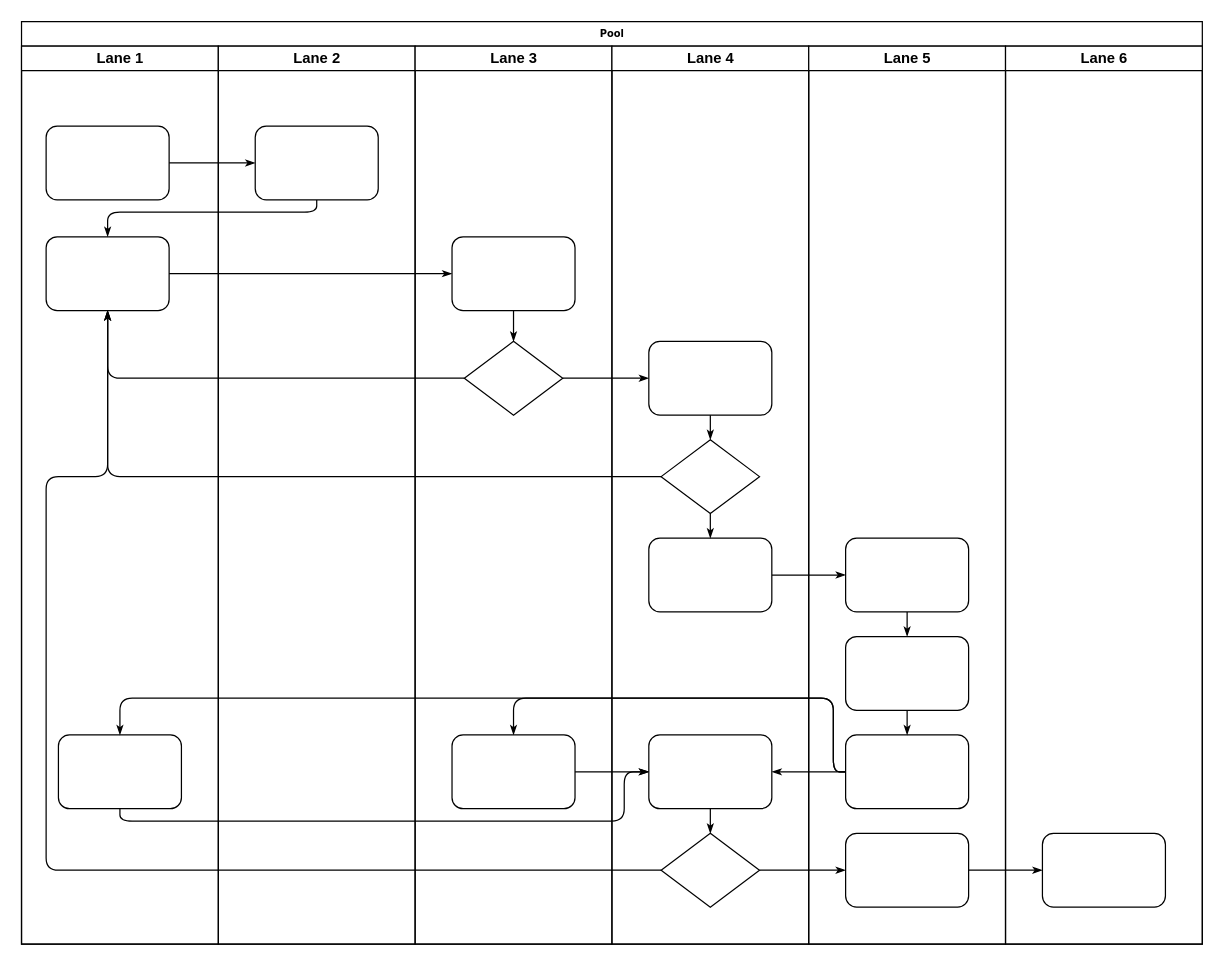
Earlier version of the draw.io diagram linux/未命名绘图.drawio (zhimy/java). Source tidied: cells renumbered, new cells numbered last; positions are measured from the earlier drawing's top-left corner, leaving out a move shared by most shapes. Both pictures are drawn from the tidied source at 123%, with x=0, y=0 at pixel (21, 21).
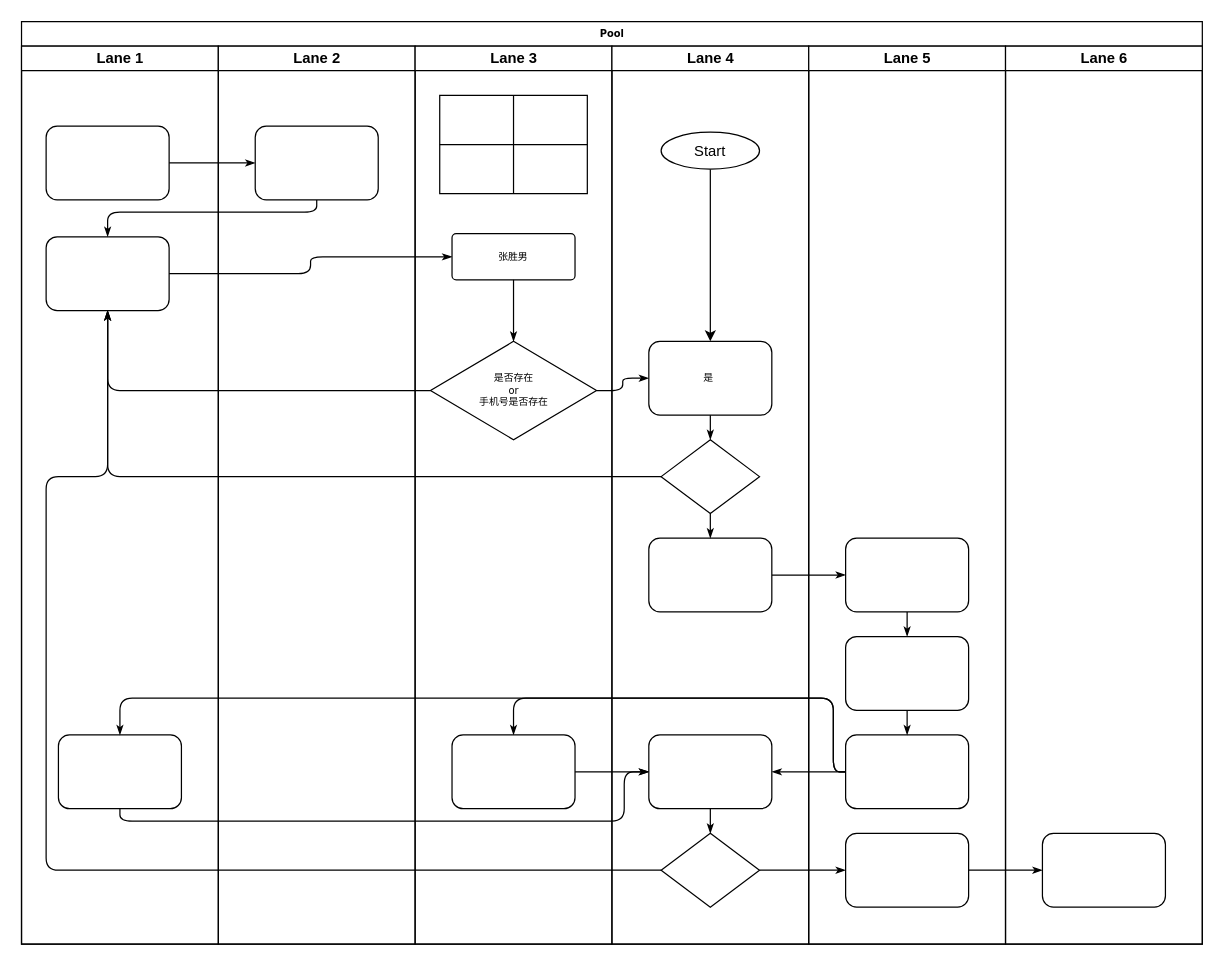
The same page after the edit.

Unchanged cells that the change refers to:
```xml
<mxCell id="24" value="Lane 3" style="swimlane;html=1;startSize=20;" parent="2" vertex="1">
  <mxGeometry x="320" y="20" width="160" height="730" as="geometry" />
</mxCell>
<mxCell id="29" value="Lane 4" style="swimlane;html=1;startSize=20;" parent="2" vertex="1">
  <mxGeometry x="480" y="20" width="160" height="730" as="geometry" />
</mxCell>
```

The edit, as a diff of the source:
```diff
@@
-    <mxCell id="25" style="rounded=1;whiteSpace=wrap;html=1;shadow=0;labelBackgroundColor=none;strokeWidth=1;fontFamily=Verdana;fontSize=8;align=center;" parent="24" vertex="1">
-      <mxGeometry x="30" y="155" width="100" height="60" as="geometry" />
+    <mxCell id="25" value="张胜男" style="rounded=1;whiteSpace=wrap;html=1;shadow=0;labelBackgroundColor=none;strokeWidth=1;fontFamily=Verdana;fontSize=8;align=center;arcSize=9;" parent="24" vertex="1">
+      <mxGeometry x="30" y="152.5" width="100" height="37.5" as="geometry" />
     </mxCell>
-    <mxCell id="26" style="rhombus;whiteSpace=wrap;html=1;rounded=0;shadow=0;labelBackgroundColor=none;strokeWidth=1;fontFamily=Verdana;fontSize=8;align=center;" parent="24" vertex="1">
-      <mxGeometry x="40" y="240" width="80" height="60" as="geometry" />
+    <mxCell id="26" value="是否存在&lt;br&gt;or&lt;br&gt;手机号是否存在" style="rhombus;whiteSpace=wrap;html=1;rounded=0;shadow=0;labelBackgroundColor=none;strokeWidth=1;fontFamily=Verdana;fontSize=8;align=center;" parent="24" vertex="1">
+      <mxGeometry x="12.5" y="240" width="135" height="80" as="geometry" />
     </mxCell>
@@
+    <mxCell id="47" style="shape=table;html=1;whiteSpace=wrap;startSize=0;childLayout=tableLayout;" parent="24" vertex="1">
+      <mxGeometry x="20" y="40" width="120" height="80" as="geometry" />
+    </mxCell>
+    <mxCell id="48" style="shape=partialRectangle;html=1;whiteSpace=wrap;fillColor=none;top=0;left=0;bottom=0;right=0;" parent="47" vertex="1">
+      <mxGeometry width="120" height="40" as="geometry" />
+    </mxCell>
+    <mxCell id="49" style="shape=partialRectangle;html=1;whiteSpace=wrap;overflow=hidden;fillColor=none;top=0;left=0;bottom=0;right=0;" parent="48" vertex="1">
+      <mxGeometry width="60" height="40" as="geometry" />
+    </mxCell>
+    <mxCell id="50" style="shape=partialRectangle;html=1;whiteSpace=wrap;overflow=hidden;fillColor=none;top=0;left=0;bottom=0;right=0;" parent="48" vertex="1">
+      <mxGeometry x="60" width="60" height="40" as="geometry" />
+    </mxCell>
+    <mxCell id="51" style="shape=partialRectangle;html=1;whiteSpace=wrap;fillColor=none;top=0;left=0;bottom=0;right=0;" parent="47" vertex="1">
+      <mxGeometry y="40" width="120" height="40" as="geometry" />
+    </mxCell>
+    <mxCell id="52" style="shape=partialRectangle;html=1;whiteSpace=wrap;overflow=hidden;fillColor=none;top=0;left=0;bottom=0;right=0;" parent="51" vertex="1">
+      <mxGeometry width="60" height="40" as="geometry" />
+    </mxCell>
+    <mxCell id="53" style="shape=partialRectangle;html=1;whiteSpace=wrap;overflow=hidden;fillColor=none;top=0;left=0;bottom=0;right=0;" parent="51" vertex="1">
+      <mxGeometry x="60" width="60" height="40" as="geometry" />
+    </mxCell>
@@
-    <mxCell id="30" style="rounded=1;whiteSpace=wrap;html=1;shadow=0;labelBackgroundColor=none;strokeWidth=1;fontFamily=Verdana;fontSize=8;align=center;" parent="29" vertex="1">
+    <mxCell id="30" value="是&amp;nbsp;" style="rounded=1;whiteSpace=wrap;html=1;shadow=0;labelBackgroundColor=none;strokeWidth=1;fontFamily=Verdana;fontSize=8;align=center;" parent="29" vertex="1">
       <mxGeometry x="30" y="240" width="100" height="60" as="geometry" />
     </mxCell>
@@
+    <mxCell id="54" style="edgeStyle=orthogonalEdgeStyle;rounded=0;jettySize=auto;html=1;" parent="29" edge="1" source="55" target="30">
+      <mxGeometry relative="1" as="geometry" />
+    </mxCell>
+    <mxCell id="55" value="Start" style="ellipse;" parent="29" vertex="1">
+      <mxGeometry x="40" y="70" width="80" height="30" as="geometry" />
+    </mxCell>
```
